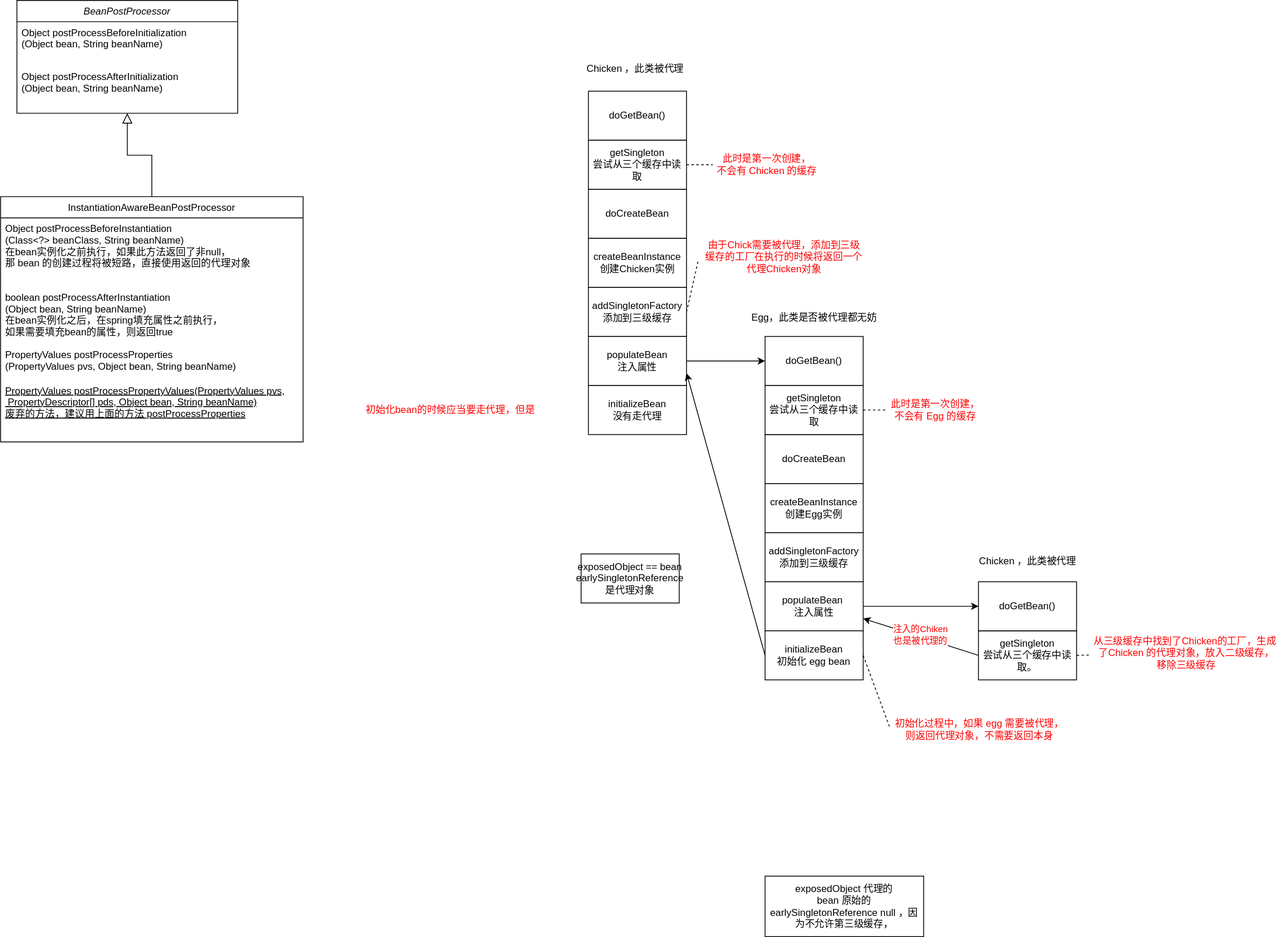
The draw.io diagram spring.svg in peihuanhuan/draw.io, before a commit. Source tidied: cells renumbered, new cells last; positions are measured from the earlier drawing's top-left corner, leaving out a move shared by most shapes.
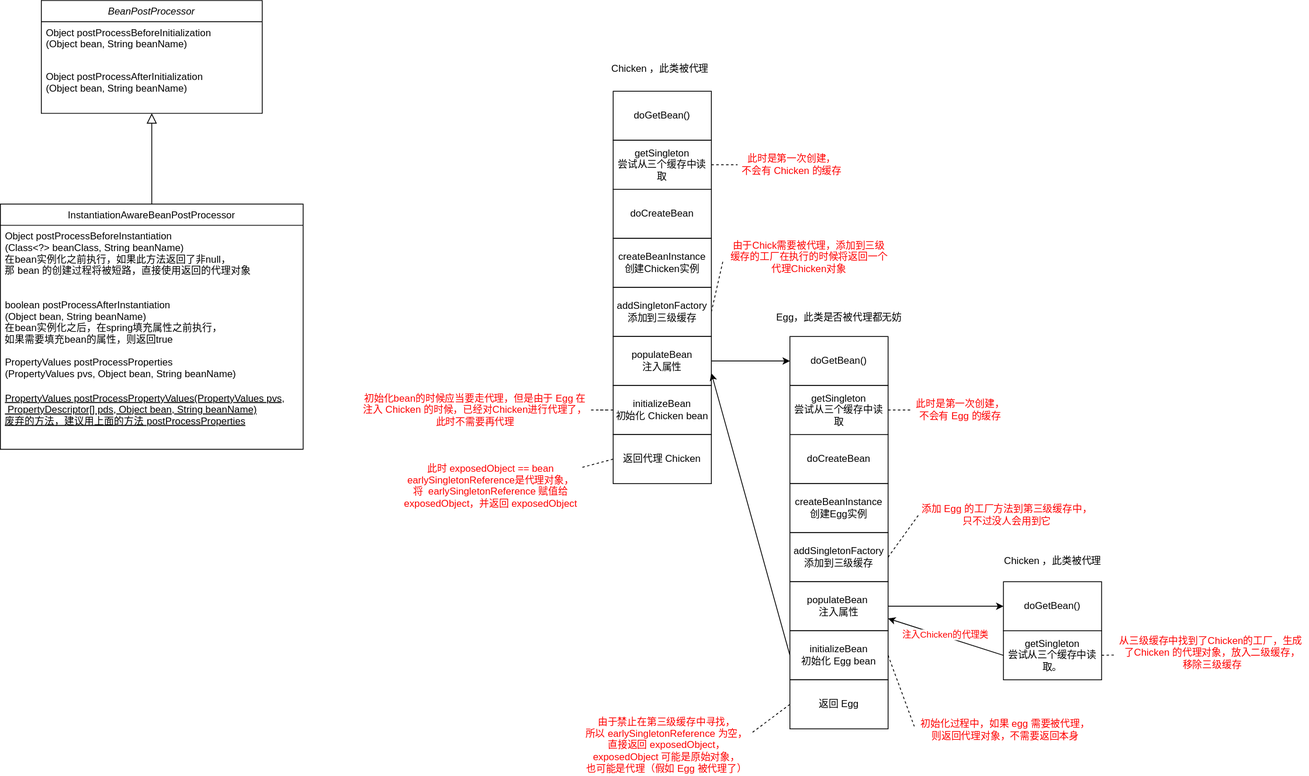
After the change.

Diff of the diagram source:
```diff
@@ -12,7 +12,7 @@
       <mxGeometry y="80" width="270" height="58" as="geometry" />
     </mxCell>
     <mxCell id="5" value="InstantiationAwareBeanPostProcessor" style="swimlane;fontStyle=0;align=center;verticalAlign=top;horizontal=1;startSize=26;rounded=0;shadow=0;strokeWidth=1;" parent="1" vertex="1">
-      <mxGeometry y="240" width="370" height="300" as="geometry" />
+      <mxGeometry x="-30" y="249" width="370" height="300" as="geometry" />
     </mxCell>
     <mxCell id="6" value="Object postProcessBeforeInstantiation&#10;(Class&lt;?&gt; beanClass, String beanName) &#10;在bean实例化之前执行，如果此方法返回了非null，&#10;那 bean 的创建过程将被短路，直接使用返回的代理对象" style="text;align=left;verticalAlign=top;spacingLeft=4;spacingRight=4;overflow=hidden;" parent="5" vertex="1">
       <mxGeometry y="26" width="370" height="84" as="geometry" />
@@ -50,12 +50,12 @@
     <mxCell id="17" value="&lt;span&gt;populateBean&lt;br&gt;注入属性&lt;br&gt;&lt;/span&gt;" style="rounded=0;whiteSpace=wrap;html=1;" parent="1" vertex="1">
       <mxGeometry x="719" y="411" width="120" height="60" as="geometry" />
     </mxCell>
+    <mxCell id="48" style="edgeStyle=orthogonalEdgeStyle;rounded=0;jettySize=auto;html=1;exitX=0;exitY=0.5;exitDx=0;exitDy=0;dashed=1;endArrow=none;endFill=0;" parent="1" edge="1" source="18" target="47">
+      <mxGeometry relative="1" as="geometry" />
+    </mxCell>
-    <mxCell id="18" value="&lt;span&gt;initializeBean&lt;br&gt;没有走代理&lt;br&gt;&lt;/span&gt;" style="rounded=0;whiteSpace=wrap;html=1;" parent="1" vertex="1">
+    <mxCell id="18" value="&lt;span&gt;initializeBean&lt;br&gt;初始化 Chicken bean&lt;br&gt;&lt;/span&gt;" style="rounded=0;whiteSpace=wrap;html=1;" parent="1" vertex="1">
       <mxGeometry x="719" y="471" width="120" height="60" as="geometry" />
     </mxCell>
-    <mxCell id="19" value="exposedObject == bean&lt;br&gt;earlySingletonReference 是代理对象" style="rounded=0;whiteSpace=wrap;html=1;" parent="1" vertex="1">
-      <mxGeometry x="710" y="677" width="120" height="60" as="geometry" />
-    </mxCell>
     <mxCell id="20" style="edgeStyle=none;rounded=0;jettySize=auto;html=1;exitX=1;exitY=0.5;exitDx=0;exitDy=0;dashed=1;endArrow=none;endFill=0;fontColor=#FF0000;" parent="1" edge="1" source="21" target="44">
       <mxGeometry relative="1" as="geometry" />
     </mxCell>
@@ -71,6 +71,9 @@
     <mxCell id="24" value="createBeanInstance&lt;br&gt;创建Egg实例" style="rounded=0;whiteSpace=wrap;html=1;" parent="1" vertex="1">
       <mxGeometry x="935" y="591" width="120" height="60" as="geometry" />
     </mxCell>
+    <mxCell id="49" style="rounded=0;jettySize=auto;html=1;exitX=1;exitY=0.5;exitDx=0;exitDy=0;entryX=0.007;entryY=0.5;entryDx=0;entryDy=0;entryPerimeter=0;dashed=1;endArrow=none;endFill=0;" parent="1" edge="1" source="25" target="50">
+      <mxGeometry relative="1" as="geometry" />
+    </mxCell>
     <mxCell id="25" value="addSingletonFactory&lt;br&gt;添加到三级缓存" style="rounded=0;whiteSpace=wrap;html=1;" parent="1" vertex="1">
       <mxGeometry x="935" y="651" width="120" height="60" as="geometry" />
     </mxCell>
@@ -86,12 +89,9 @@
     <mxCell id="29" style="edgeStyle=none;rounded=0;jettySize=auto;html=1;exitX=1;exitY=0.5;exitDx=0;exitDy=0;entryX=-0.009;entryY=0.375;entryDx=0;entryDy=0;entryPerimeter=0;dashed=1;endArrow=none;endFill=0;fontColor=#FF0000;" parent="1" edge="1" source="30" target="42">
       <mxGeometry relative="1" as="geometry" />
     </mxCell>
-    <mxCell id="30" value="&lt;span&gt;initializeBean&lt;br&gt;初始化 egg bean&lt;br&gt;&lt;/span&gt;" style="rounded=0;whiteSpace=wrap;html=1;" parent="1" vertex="1">
+    <mxCell id="30" value="&lt;span&gt;initializeBean&lt;br&gt;初始化 Egg bean&lt;br&gt;&lt;/span&gt;" style="rounded=0;whiteSpace=wrap;html=1;" parent="1" vertex="1">
       <mxGeometry x="935" y="771" width="120" height="60" as="geometry" />
     </mxCell>
-    <mxCell id="31" value="exposedObject 代理的&lt;br&gt;bean 原始的&lt;br&gt;earlySingletonReference null ，因为不允许第三级缓存，" style="rounded=0;whiteSpace=wrap;html=1;" parent="1" vertex="1">
-      <mxGeometry x="935" y="1071" width="194" height="74" as="geometry" />
-    </mxCell>
     <mxCell id="32" style="edgeStyle=none;rounded=0;jettySize=auto;html=1;exitX=1;exitY=0.5;exitDx=0;exitDy=0;fontColor=#FF0000;dashed=1;endArrow=none;endFill=0;" parent="1" edge="1" source="33" target="45">
       <mxGeometry relative="1" as="geometry" />
     </mxCell>
@@ -107,7 +107,7 @@
     <mxCell id="36" style="rounded=0;jettySize=auto;html=1;exitX=0;exitY=0.5;exitDx=0;exitDy=0;entryX=1;entryY=0.75;entryDx=0;entryDy=0;fontColor=#FF0000;" parent="1" edge="1" source="39" target="27">
       <mxGeometry relative="1" as="geometry" />
     </mxCell>
-    <mxCell id="37" value="注入的Chiken&lt;br&gt;也是被代理的" style="edgeLabel;html=1;align=center;verticalAlign=middle;fontColor=#FF0000;" parent="36" vertex="1">
+    <mxCell id="37" value="注入Chicken的代理类" style="edgeLabel;html=1;align=center;verticalAlign=middle;fontColor=#FF0000;" parent="36" vertex="1">
       <mxGeometry x="0.03" y="-2" relative="1" as="geometry" />
     </mxCell>
     <mxCell id="38" style="edgeStyle=none;rounded=0;jettySize=auto;html=1;exitX=1;exitY=0.5;exitDx=0;exitDy=0;dashed=1;endArrow=none;endFill=0;fontColor=#FF0000;" parent="1" edge="1" source="39" target="40">
@@ -137,8 +137,29 @@
     <mxCell id="46" value="由于Chick需要被代理，添加到三级&lt;br&gt;缓存的工厂在执行的时候将返回一个&lt;br&gt;代理Chicken对象" style="text;html=1;align=center;verticalAlign=middle;points=[];fontColor=#FF0000;" parent="1" vertex="1">
       <mxGeometry x="857" y="291" width="202" height="46" as="geometry" />
     </mxCell>
-    <mxCell id="47" value="初始化bean的时候应当要走代理，但是" style="text;html=1;align=center;verticalAlign=middle;points=[];fontColor=#FF0000;" parent="1" vertex="1">
-      <mxGeometry x="441" y="492" width="217" height="18" as="geometry" />
+    <mxCell id="47" value="初始化bean的时候应当要走代理，但是由于 Egg 在&lt;br&gt;注入 Chicken 的时候，已经对Chicken进行代理了，&lt;br&gt;此时不需要再代理" style="text;html=1;align=center;verticalAlign=middle;points=[];fontColor=#FF0000;" parent="1" vertex="1">
+      <mxGeometry x="408" y="478" width="283" height="46" as="geometry" />
     </mxCell>
+    <mxCell id="50" value="添加 Egg 的工厂方法到第三级缓存中，&lt;br&gt;只不过没人会用到它" style="text;html=1;align=center;verticalAlign=middle;points=[];fontColor=#FF0000;" parent="1" vertex="1">
+      <mxGeometry x="1091" y="613" width="218" height="32" as="geometry" />
+    </mxCell>
+    <mxCell id="51" style="edgeStyle=none;rounded=0;jettySize=auto;html=1;exitX=0;exitY=0.5;exitDx=0;exitDy=0;dashed=1;endArrow=none;endFill=0;fontColor=#FF0000;" parent="1" edge="1" source="52" target="53">
+      <mxGeometry relative="1" as="geometry" />
+    </mxCell>
+    <mxCell id="52" value="&lt;span&gt;返回代理 Chicken&lt;br&gt;&lt;/span&gt;" style="rounded=0;whiteSpace=wrap;html=1;" parent="1" vertex="1">
+      <mxGeometry x="719" y="531" width="120" height="60" as="geometry" />
+    </mxCell>
+    <mxCell id="53" value="&lt;span&gt;此时 exposedObject == bean&lt;/span&gt;&lt;br&gt;&lt;span&gt;earlySingletonReference是代理对象，&lt;br&gt;将&amp;nbsp;&amp;nbsp;&lt;/span&gt;earlySingletonReference 赋值给&lt;br&gt;exposedObject，并返回 exposedObject&lt;br&gt;&amp;nbsp;" style="text;html=1;align=center;verticalAlign=middle;points=[];fontColor=#FF0000;" parent="1" vertex="1">
+      <mxGeometry x="458" y="564" width="221" height="74" as="geometry" />
+    </mxCell>
+    <mxCell id="54" style="edgeStyle=none;rounded=0;jettySize=auto;html=1;exitX=0;exitY=0.5;exitDx=0;exitDy=0;entryX=0.995;entryY=0.311;entryDx=0;entryDy=0;entryPerimeter=0;dashed=1;endArrow=none;endFill=0;fontColor=#FF0000;" parent="1" edge="1" source="55" target="56">
+      <mxGeometry relative="1" as="geometry" />
+    </mxCell>
+    <mxCell id="55" value="&lt;span&gt;返回 Egg&lt;br&gt;&lt;/span&gt;" style="rounded=0;whiteSpace=wrap;html=1;" parent="1" vertex="1">
+      <mxGeometry x="935" y="831" width="120" height="60" as="geometry" />
+    </mxCell>
+    <mxCell id="56" value="&lt;div&gt;&lt;/div&gt;&lt;span style=&quot;&quot;&gt;由于禁止在第三级缓存中寻找，&lt;br&gt;所以 earlySingletonReference 为空，&lt;br&gt;&lt;/span&gt;&lt;span&gt;直接返回&amp;nbsp;&lt;/span&gt;&lt;span style=&quot;&quot;&gt;exposedObject，&lt;br&gt;&lt;/span&gt;&lt;span style=&quot;&quot;&gt;exposedObject 可能是原始对象，&lt;br&gt;也可能是代理（假如 Egg 被代理了）&lt;/span&gt;&lt;span&gt;&lt;br&gt;&lt;/span&gt;" style="text;html=1;align=center;verticalAlign=middle;points=[];fontColor=#FF0000;" parent="1" vertex="1">
+      <mxGeometry x="680" y="874" width="208" height="74" as="geometry" />
+    </mxCell>
   </root>
 </mxGraphModel>
```
